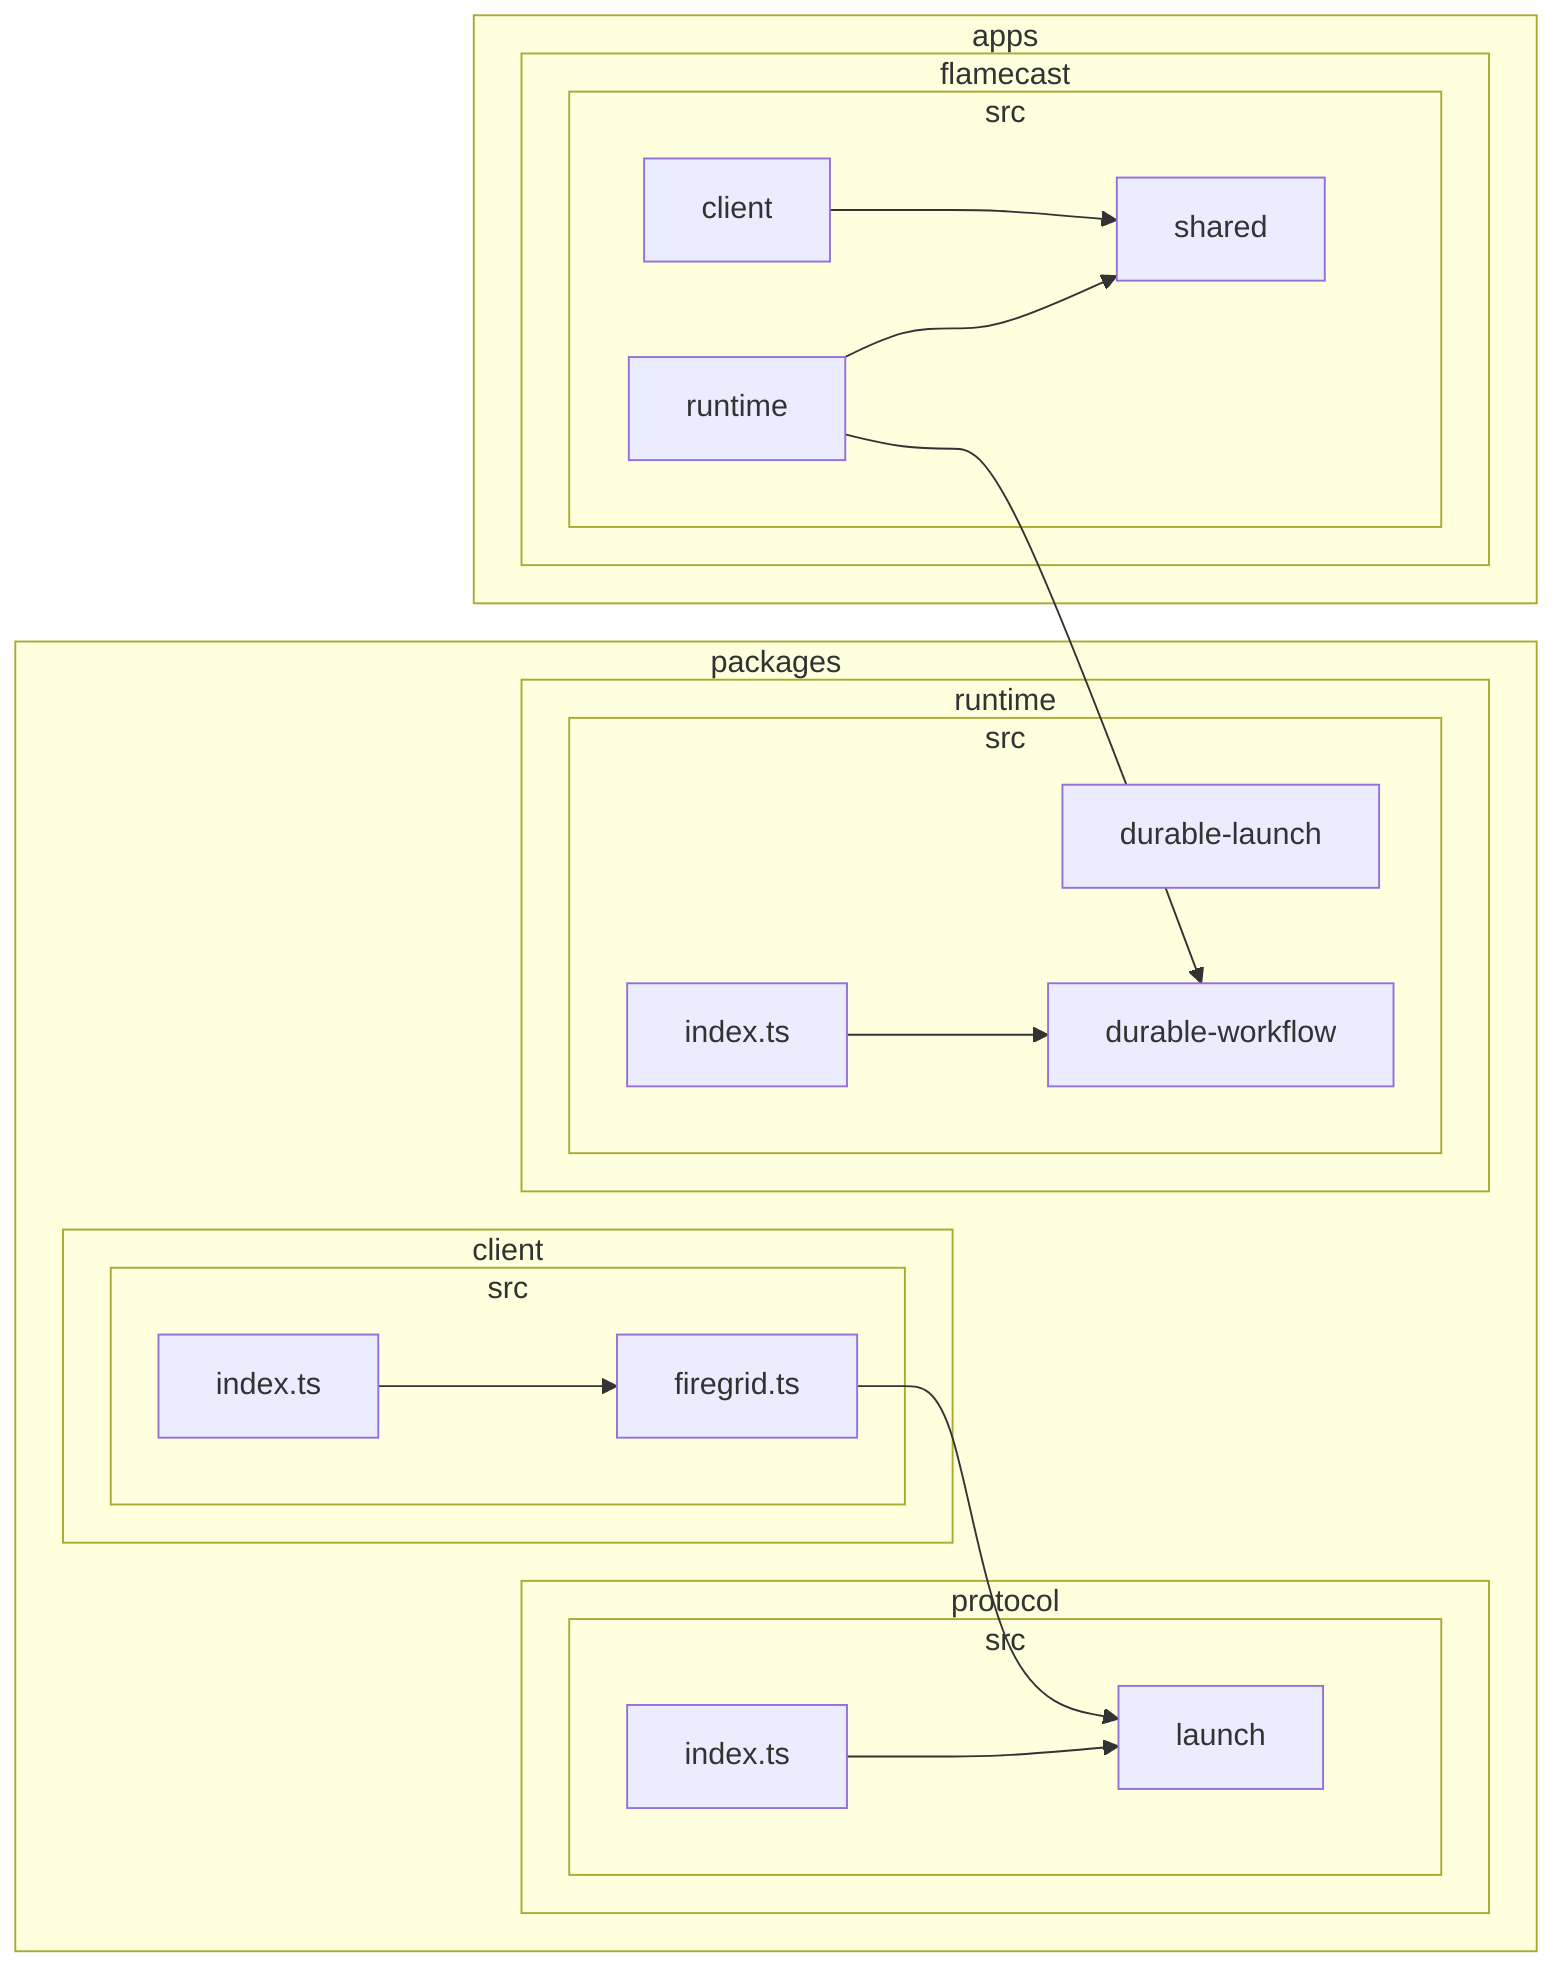
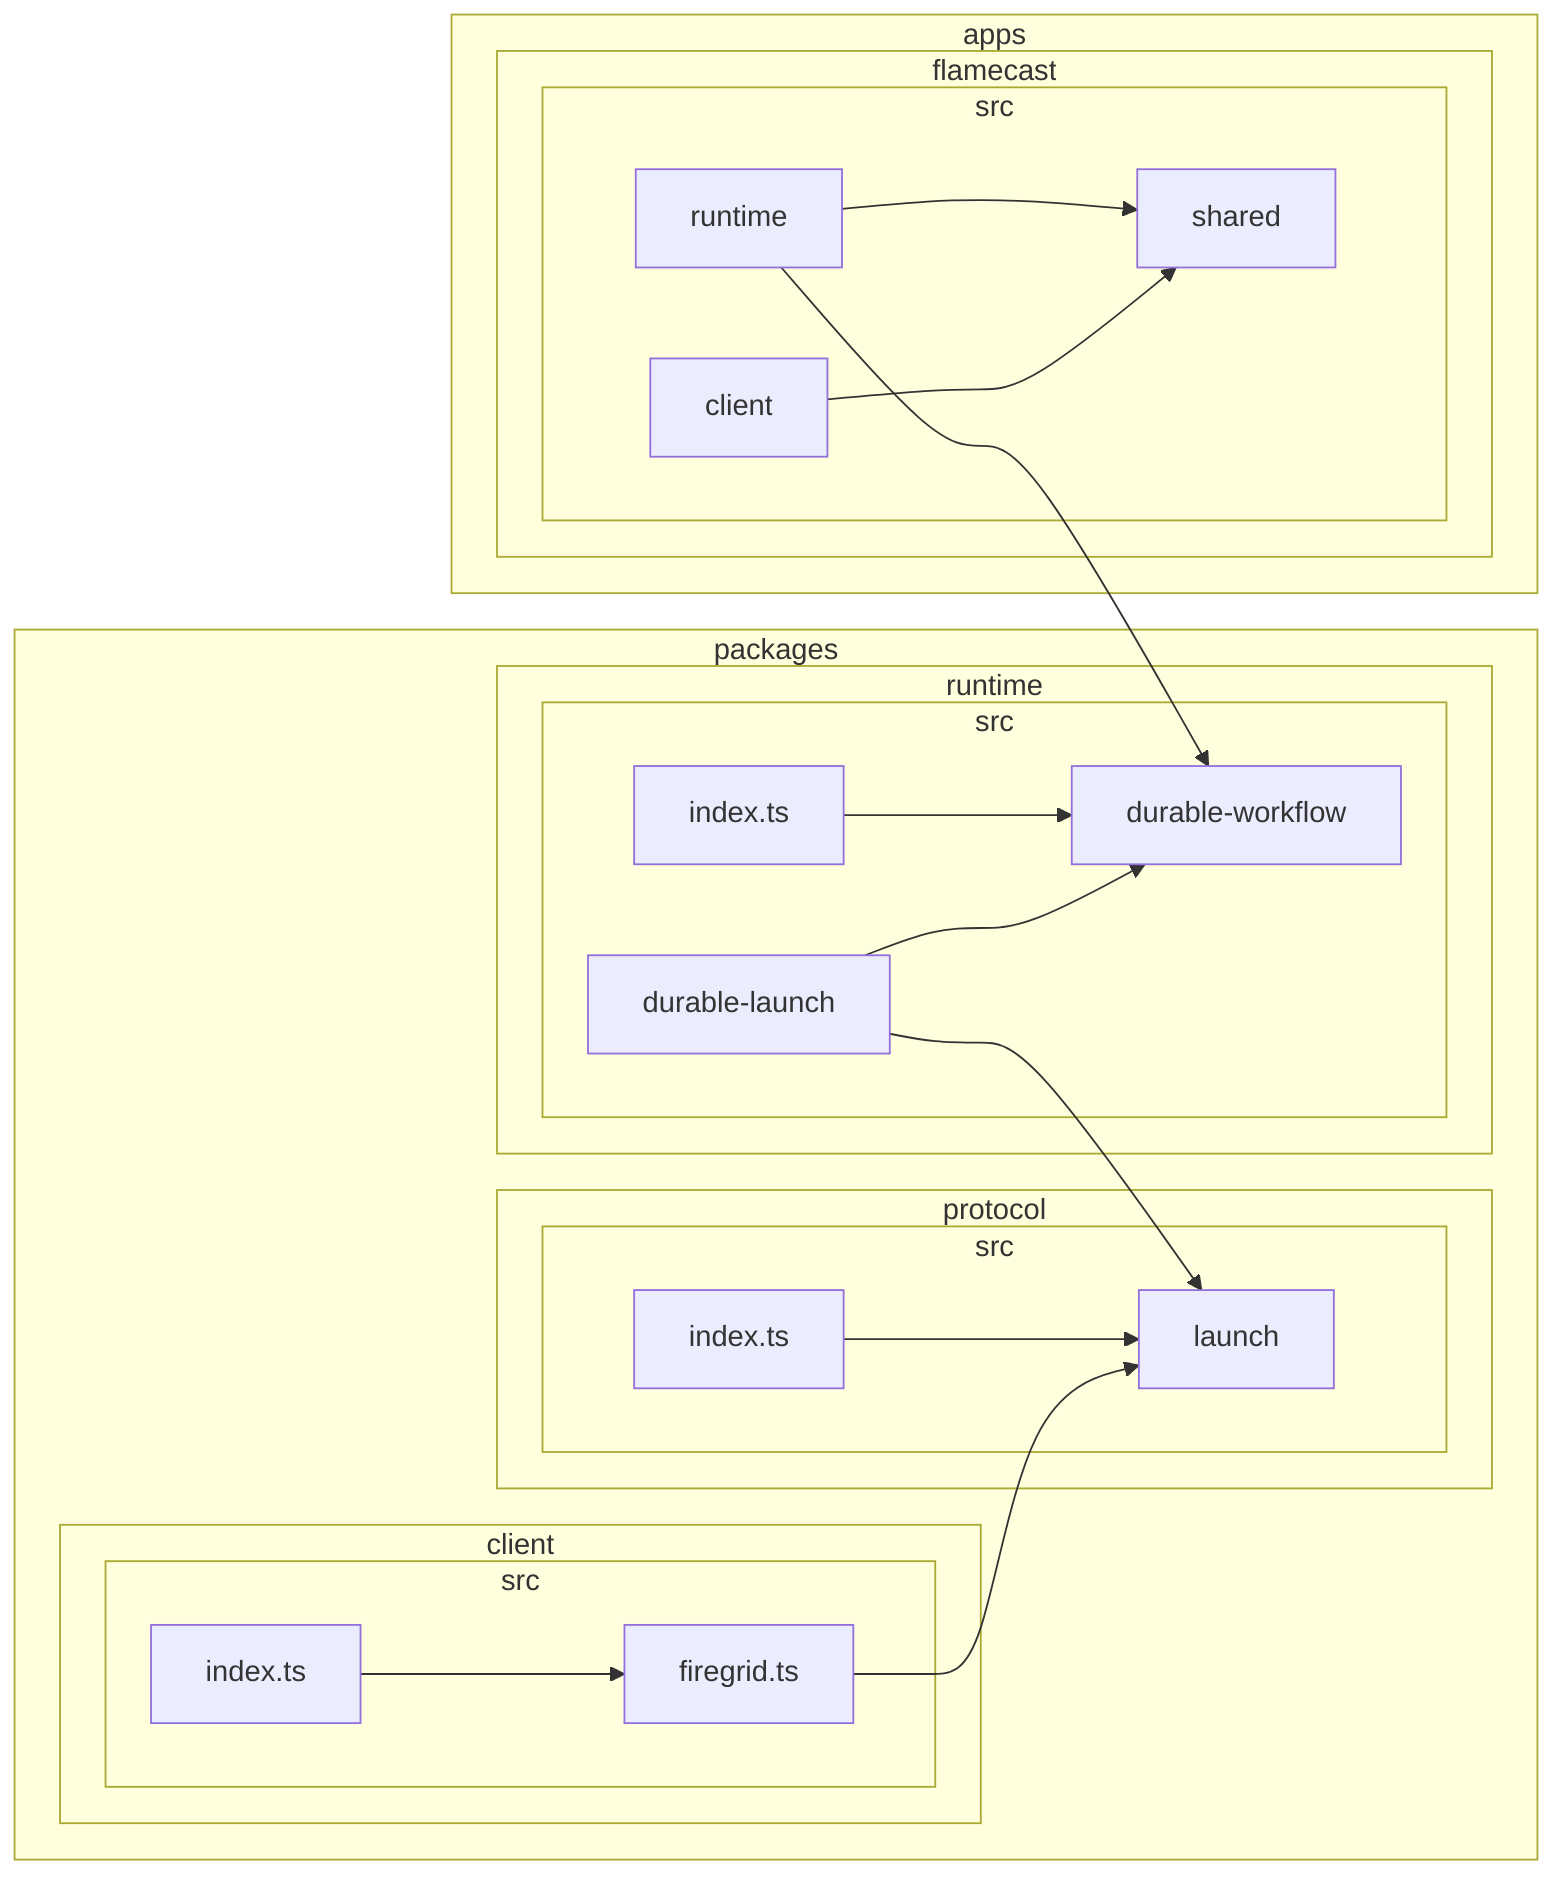
flowchart LR

subgraph 0["apps"]
subgraph 1["flamecast"]
subgraph 2["src"]
3["client"]
4["runtime"]
5["shared"]
end
end
end
subgraph 6["packages"]
subgraph 7["client"]
subgraph 8["src"]
9["firegrid.ts"]
A["index.ts"]
end
end
subgraph B["protocol"]
subgraph C["src"]
D["index.ts"]
E["launch"]
end
end
subgraph F["runtime"]
subgraph G["src"]
H["durable-launch"]
I["durable-workflow"]
J["index.ts"]
end
end
end
3-->5
4-->I
4-->5
9-->E
A-->9
D-->E
+ H-->I
+ H-->E
J-->I
